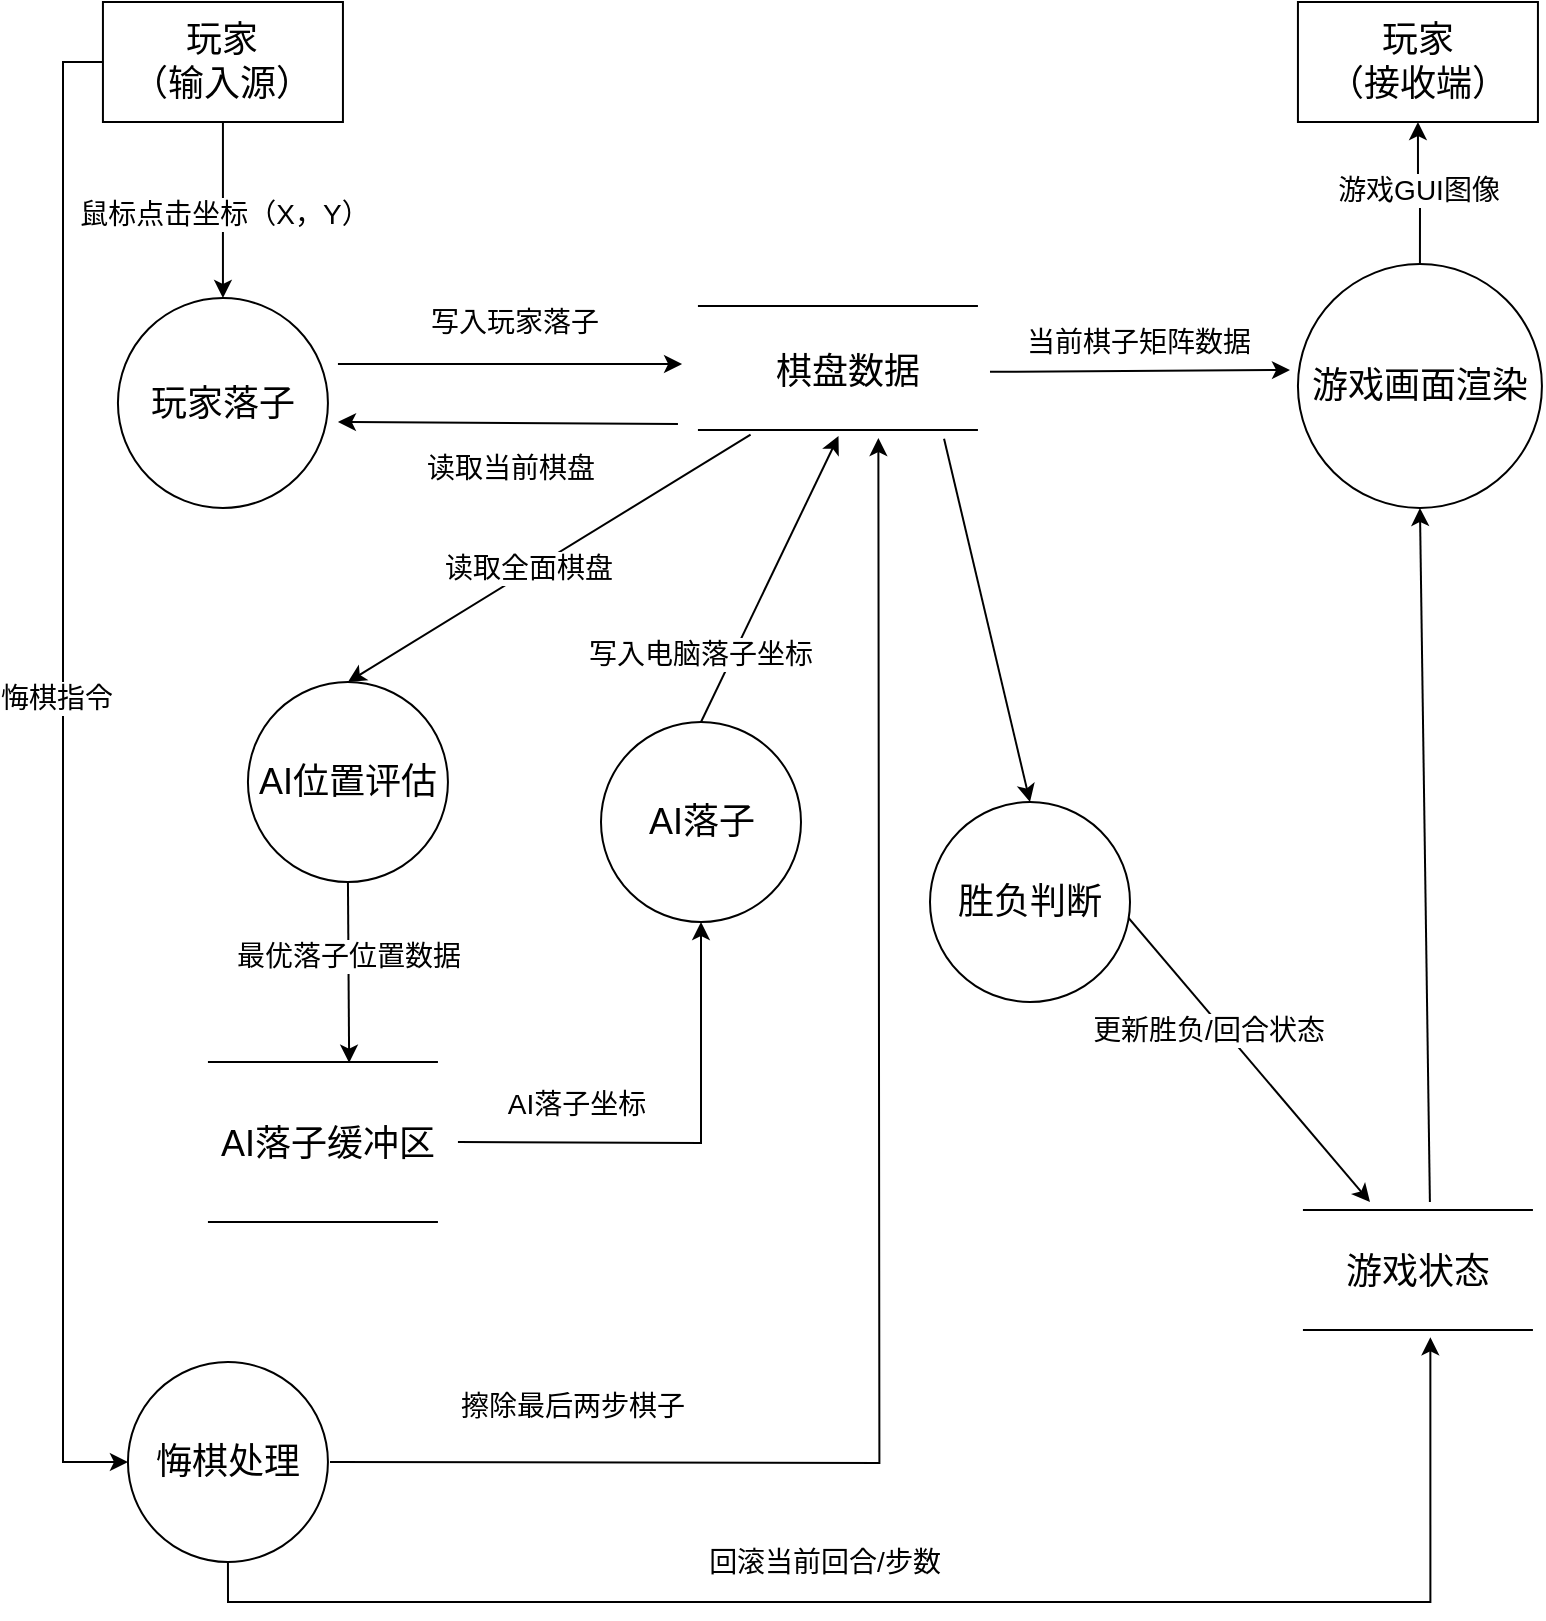
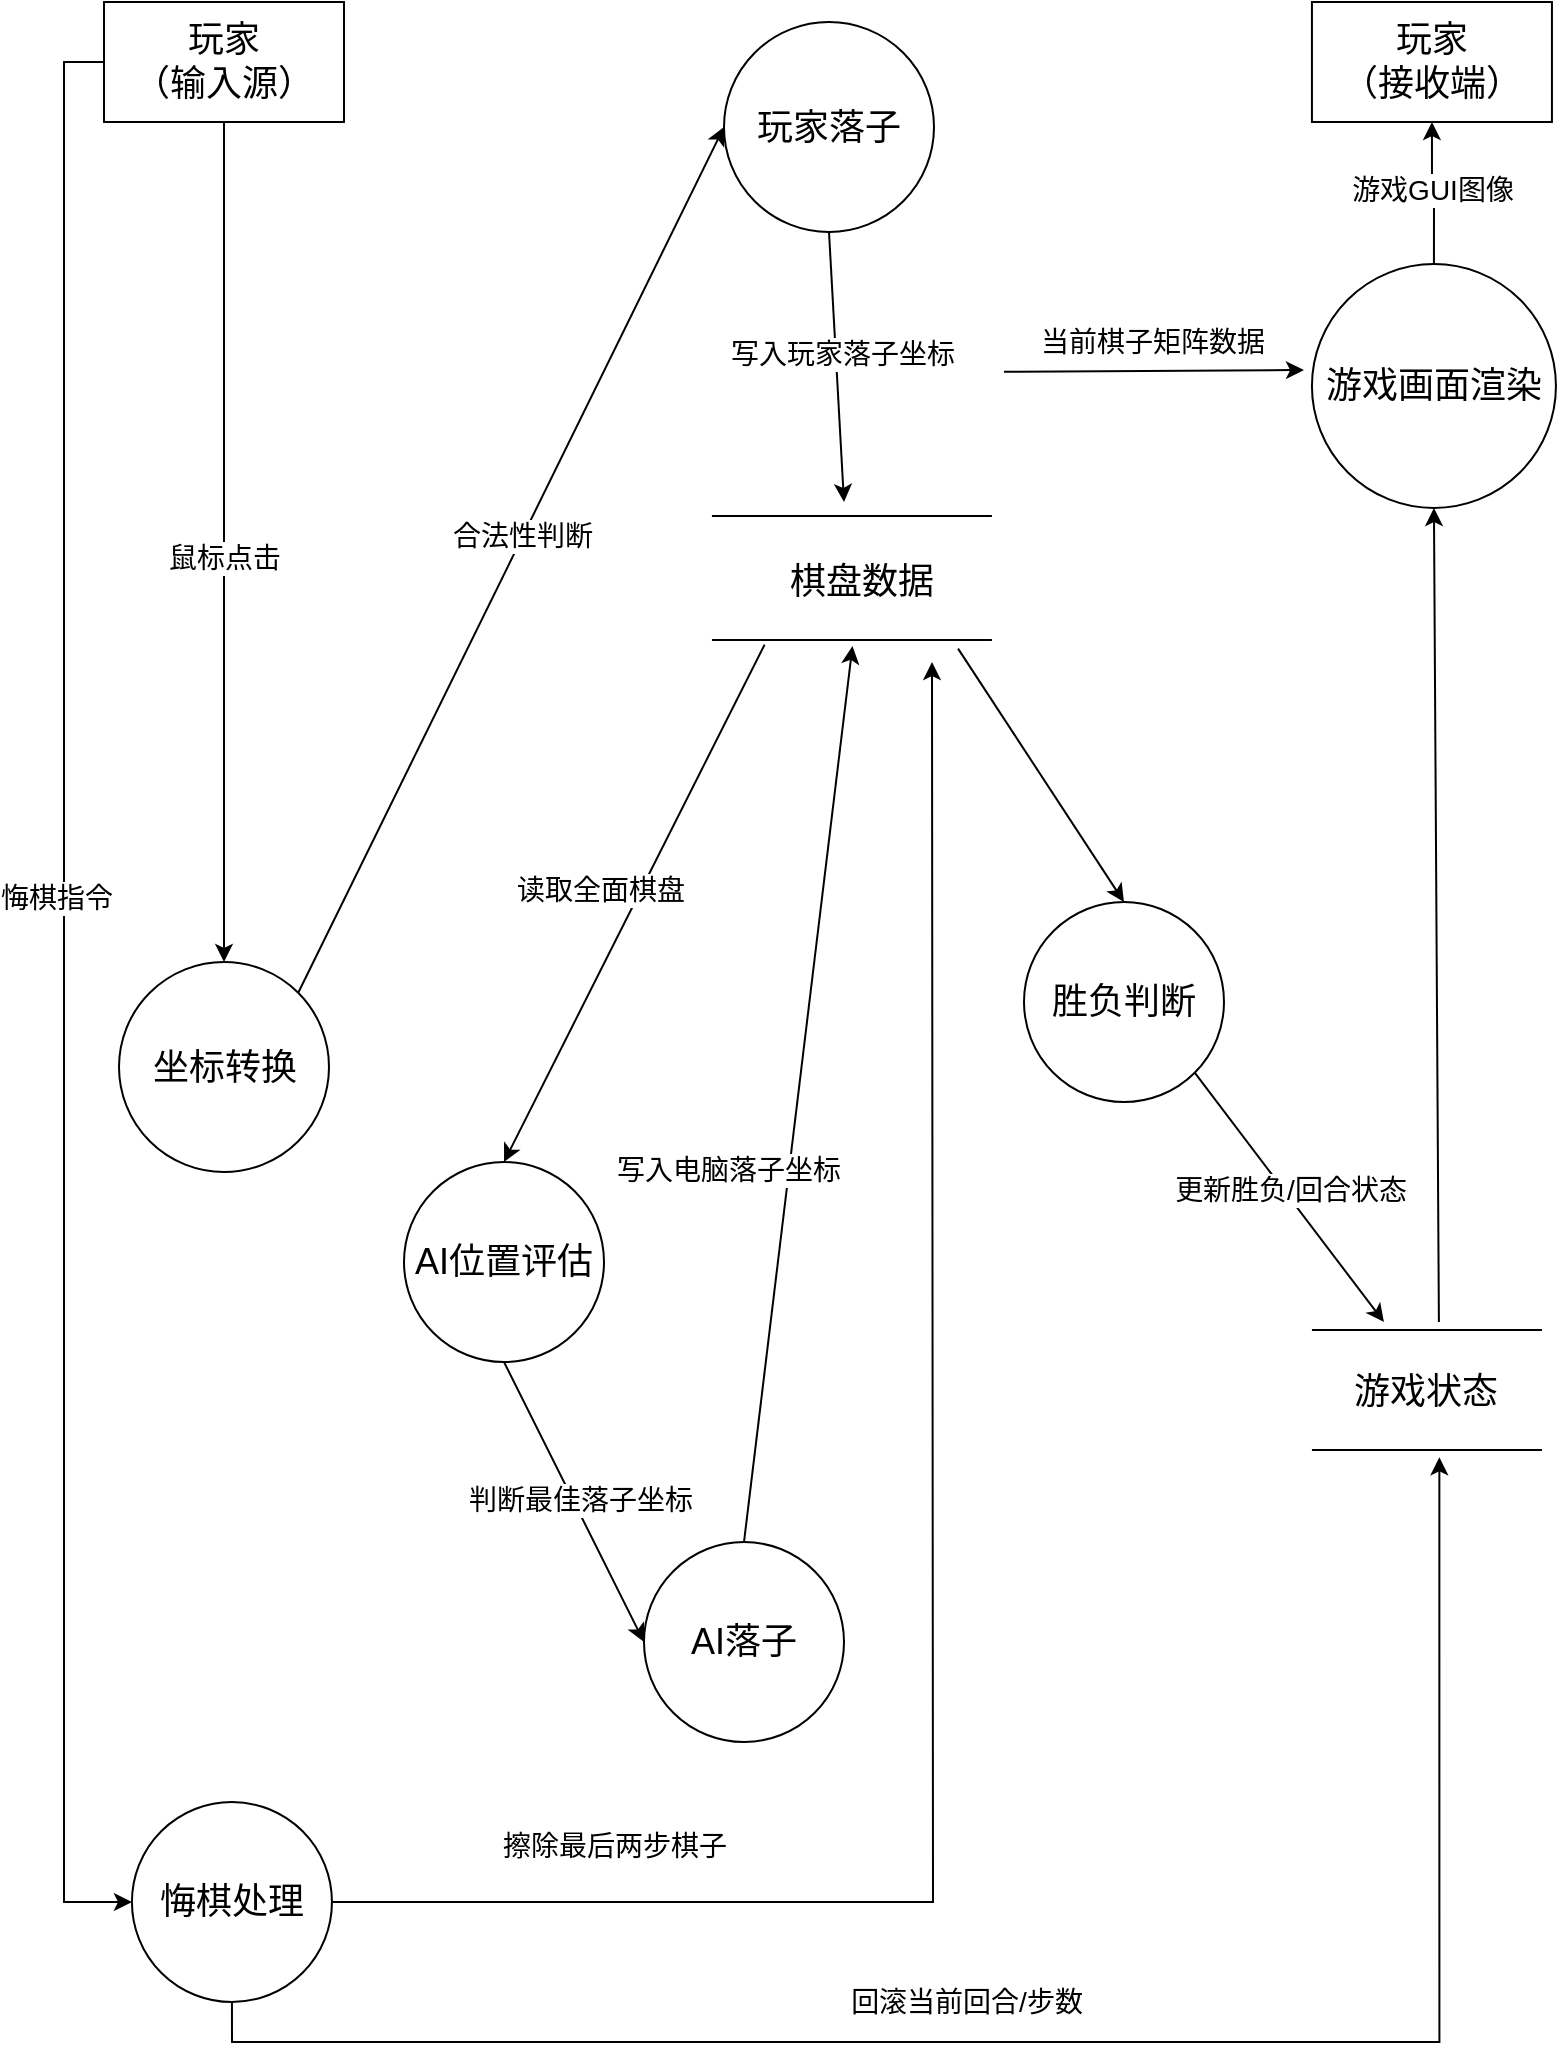
<mxfile host="app.diagrams.net">
  <diagram name="Page-1" id="hryGj0KzSXnJhMcqTr9-">
    <mxGraphModel dx="1413" dy="971" grid="1" gridSize="10" guides="1" tooltips="1" connect="1" arrows="1" fold="1" page="1" pageScale="1" pageWidth="827" pageHeight="1169" math="0" shadow="0">
      <root>
        <mxCell id="0" />
        <mxCell id="1" parent="0" />
-         <mxCell id="fDHwApNMCYBN-XmplwMt-11" edge="1" parent="1" source="fDHwApNMCYBN-XmplwMt-3" style="edgeStyle=orthogonalEdgeStyle;rounded=0;orthogonalLoop=1;jettySize=auto;html=1;exitX=0.5;exitY=1;exitDx=0;exitDy=0;entryX=0.5;entryY=0;entryDx=0;entryDy=0;" target="SoA14i47H3jGXmkj97EN-22">
+         <mxCell id="fDHwApNMCYBN-XmplwMt-11" edge="1" parent="1" source="fDHwApNMCYBN-XmplwMt-3" style="rounded=0;orthogonalLoop=1;jettySize=auto;html=1;exitX=0.5;exitY=1;exitDx=0;exitDy=0;entryX=0.5;entryY=0;entryDx=0;entryDy=0;" target="SoA14i47H3jGXmkj97EN-22">
          <mxGeometry relative="1" as="geometry">
            <mxPoint x="93.97" y="200" as="targetPoint" />
          </mxGeometry>
        </mxCell>
-         <mxCell id="fDHwApNMCYBN-XmplwMt-12" connectable="0" parent="fDHwApNMCYBN-XmplwMt-11" style="edgeLabel;html=1;align=center;verticalAlign=middle;resizable=0;points=[];" value="&lt;font style=&quot;font-size: 14px;&quot;&gt;鼠标点击坐标（X，Y）&lt;/font&gt;" vertex="1">
+         <mxCell id="fDHwApNMCYBN-XmplwMt-12" connectable="0" parent="fDHwApNMCYBN-XmplwMt-11" style="edgeLabel;html=1;align=center;verticalAlign=middle;resizable=0;points=[];" value="&lt;font style=&quot;font-size: 14px;&quot;&gt;鼠标点击&lt;/font&gt;" vertex="1">
          <mxGeometry relative="1" x="0.0364" as="geometry">
            <mxPoint as="offset" />
          </mxGeometry>
        </mxCell>
        <mxCell id="SoA14i47H3jGXmkj97EN-53" edge="1" parent="1" source="fDHwApNMCYBN-XmplwMt-3" style="edgeStyle=orthogonalEdgeStyle;rounded=0;orthogonalLoop=1;jettySize=auto;html=1;exitX=0;exitY=0.5;exitDx=0;exitDy=0;entryX=0;entryY=0.5;entryDx=0;entryDy=0;" target="SoA14i47H3jGXmkj97EN-41">
          <mxGeometry relative="1" as="geometry" />
        </mxCell>
        <mxCell id="SoA14i47H3jGXmkj97EN-54" connectable="0" parent="SoA14i47H3jGXmkj97EN-53" style="edgeLabel;html=1;align=center;verticalAlign=middle;resizable=0;points=[];" value="&lt;font style=&quot;font-size: 14px;&quot;&gt;悔棋指令&lt;/font&gt;" vertex="1">
          <mxGeometry relative="1" x="-0.1018" y="-4" as="geometry">
            <mxPoint as="offset" />
          </mxGeometry>
        </mxCell>
        <mxCell id="fDHwApNMCYBN-XmplwMt-3" parent="1" style="rounded=0;whiteSpace=wrap;html=1;" value="&lt;font style=&quot;font-size: 18px;&quot;&gt;玩家&lt;/font&gt;&lt;div&gt;&lt;font style=&quot;font-size: 18px;&quot;&gt;（输入源）&lt;/font&gt;&lt;/div&gt;" vertex="1">
-           <mxGeometry height="60" width="120" x="66.47" y="30" as="geometry" />
+           <mxGeometry height="60" width="120" x="60" y="30" as="geometry" />
        </mxCell>
        <mxCell id="SoA14i47H3jGXmkj97EN-37" edge="1" parent="1" source="SoA14i47H3jGXmkj97EN-64" style="edgeStyle=orthogonalEdgeStyle;rounded=0;orthogonalLoop=1;jettySize=auto;html=1;exitX=0.5;exitY=0;exitDx=0;exitDy=0;entryX=0.5;entryY=1;entryDx=0;entryDy=0;" target="fDHwApNMCYBN-XmplwMt-10">
          <mxGeometry relative="1" as="geometry">
            <mxPoint x="723.97" y="198" as="sourcePoint" />
          </mxGeometry>
        </mxCell>
        <mxCell id="SoA14i47H3jGXmkj97EN-38" connectable="0" parent="SoA14i47H3jGXmkj97EN-37" style="edgeLabel;html=1;align=center;verticalAlign=middle;resizable=0;points=[];" value="&lt;font style=&quot;font-size: 14px;&quot;&gt;游戏GUI图像&lt;/font&gt;" vertex="1">
          <mxGeometry relative="1" x="0.0741" as="geometry">
            <mxPoint as="offset" />
          </mxGeometry>
        </mxCell>
        <mxCell id="fDHwApNMCYBN-XmplwMt-10" parent="1" style="rounded=0;whiteSpace=wrap;html=1;" value="&lt;span style=&quot;font-size: 18px;&quot;&gt;玩家&lt;/span&gt;&lt;div&gt;&lt;span style=&quot;font-size: 18px;&quot;&gt;（接收端）&lt;/span&gt;&lt;/div&gt;" vertex="1">
          <mxGeometry height="60" width="120" x="663.97" y="30" as="geometry" />
-         </mxCell>
-         <mxCell id="SoA14i47H3jGXmkj97EN-10" edge="1" parent="1" style="endArrow=classic;html=1;rounded=0;entryX=0.013;entryY=0.14;entryDx=0;entryDy=0;entryPerimeter=0;" value="">
-           <mxGeometry height="50" relative="1" width="50" as="geometry">
-             <mxPoint x="183.97" y="211" as="sourcePoint" />
-             <mxPoint x="356.037" y="211" as="targetPoint" />
-           </mxGeometry>
-         </mxCell>
-         <mxCell id="SoA14i47H3jGXmkj97EN-11" connectable="0" parent="SoA14i47H3jGXmkj97EN-10" style="edgeLabel;html=1;align=center;verticalAlign=middle;resizable=0;points=[];" value="&lt;font style=&quot;font-size: 14px;&quot;&gt;写入玩家落子&lt;/font&gt;" vertex="1">
-           <mxGeometry relative="1" x="0.0202" y="1" as="geometry">
-             <mxPoint y="-20" as="offset" />
-           </mxGeometry>
-         </mxCell>
-         <mxCell id="SoA14i47H3jGXmkj97EN-12" edge="1" parent="1" style="endArrow=classic;html=1;rounded=0;exitX=0.925;exitY=0;exitDx=0;exitDy=0;exitPerimeter=0;" value="">
-           <mxGeometry height="50" relative="1" width="50" as="geometry">
-             <mxPoint x="353.96999999999997" y="241" as="sourcePoint" />
-             <mxPoint x="183.97" y="240" as="targetPoint" />
-           </mxGeometry>
-         </mxCell>
-         <mxCell id="SoA14i47H3jGXmkj97EN-13" connectable="0" parent="SoA14i47H3jGXmkj97EN-12" style="edgeLabel;html=1;align=center;verticalAlign=middle;resizable=0;points=[];" value="&lt;font style=&quot;font-size: 14px;&quot;&gt;读取当前棋盘&lt;/font&gt;&lt;div&gt;&lt;font style=&quot;font-size: 14px;&quot;&gt;&lt;br&gt;&lt;/font&gt;&lt;/div&gt;" vertex="1">
-           <mxGeometry relative="1" x="0.0202" y="1" as="geometry">
-             <mxPoint x="2" y="29" as="offset" />
-           </mxGeometry>
        </mxCell>
        <mxCell id="SoA14i47H3jGXmkj97EN-14" edge="1" parent="1" source="SoA14i47H3jGXmkj97EN-28" style="endArrow=classic;html=1;rounded=0;exitX=0.188;exitY=0.792;exitDx=0;exitDy=0;exitPerimeter=0;entryX=0.5;entryY=0;entryDx=0;entryDy=0;" target="SoA14i47H3jGXmkj97EN-23" value="">
          <mxGeometry height="50" relative="1" width="50" as="geometry">
            <mxPoint x="368.3400000000001" y="258.00399999999996" as="sourcePoint" />
            <mxPoint x="178.5" y="370" as="targetPoint" />
          </mxGeometry>
        </mxCell>
        <mxCell id="SoA14i47H3jGXmkj97EN-15" connectable="0" parent="SoA14i47H3jGXmkj97EN-14" style="edgeLabel;html=1;align=center;verticalAlign=middle;resizable=0;points=[];" value="&lt;font style=&quot;font-size: 14px;&quot;&gt;读取全面棋盘&lt;/font&gt;" vertex="1">
          <mxGeometry relative="1" x="-0.1782" as="geometry">
            <mxPoint x="-29" y="16" as="offset" />
          </mxGeometry>
        </mxCell>
        <mxCell id="SoA14i47H3jGXmkj97EN-16" edge="1" parent="1" style="endArrow=classic;html=1;rounded=0;" value="">
          <mxGeometry height="50" relative="1" width="50" as="geometry">
            <mxPoint x="510" y="214.91" as="sourcePoint" />
            <mxPoint x="660" y="214" as="targetPoint" />
          </mxGeometry>
        </mxCell>
        <mxCell id="SoA14i47H3jGXmkj97EN-17" connectable="0" parent="SoA14i47H3jGXmkj97EN-16" style="edgeLabel;html=1;align=center;verticalAlign=middle;resizable=0;points=[];" value="&lt;span style=&quot;font-size: 14px;&quot;&gt;当前棋子矩阵数据&lt;/span&gt;" vertex="1">
          <mxGeometry relative="1" x="0.0202" y="1" as="geometry">
            <mxPoint x="-3" y="-14" as="offset" />
          </mxGeometry>
        </mxCell>
-         <mxCell id="SoA14i47H3jGXmkj97EN-22" parent="1" style="ellipse;whiteSpace=wrap;html=1;aspect=fixed;" value="&lt;font style=&quot;font-size: 18px;&quot;&gt;玩家落子&lt;/font&gt;" vertex="1">
-           <mxGeometry height="105" width="105" x="73.97" y="178" as="geometry" />
+         <mxCell id="SoA14i47H3jGXmkj97EN-75" edge="1" parent="1" source="SoA14i47H3jGXmkj97EN-22" style="rounded=0;orthogonalLoop=1;jettySize=auto;html=1;exitX=1;exitY=0;exitDx=0;exitDy=0;entryX=0;entryY=0.5;entryDx=0;entryDy=0;" target="SoA14i47H3jGXmkj97EN-74">
+           <mxGeometry relative="1" as="geometry" />
+         </mxCell>
+         <mxCell id="SoA14i47H3jGXmkj97EN-76" connectable="0" parent="SoA14i47H3jGXmkj97EN-75" style="edgeLabel;html=1;align=center;verticalAlign=middle;resizable=0;points=[];" value="&lt;font style=&quot;font-size: 14px;&quot;&gt;合法性判断&lt;/font&gt;" vertex="1">
+           <mxGeometry relative="1" x="0.0527" y="1" as="geometry">
+             <mxPoint as="offset" />
+           </mxGeometry>
+         </mxCell>
+         <mxCell id="SoA14i47H3jGXmkj97EN-22" parent="1" style="ellipse;whiteSpace=wrap;html=1;aspect=fixed;" value="&lt;font style=&quot;font-size: 18px;&quot;&gt;坐标转换&lt;/font&gt;" vertex="1">
+           <mxGeometry height="105" width="105" x="67.5" y="510" as="geometry" />
        </mxCell>
        <mxCell id="SoA14i47H3jGXmkj97EN-23" parent="1" style="ellipse;whiteSpace=wrap;html=1;aspect=fixed;" value="&lt;font style=&quot;font-size: 18px;&quot;&gt;AI位置评估&lt;/font&gt;" vertex="1">
-           <mxGeometry height="100" width="100" x="138.97" y="370" as="geometry" />
+           <mxGeometry height="100" width="100" x="210" y="610" as="geometry" />
        </mxCell>
        <mxCell id="SoA14i47H3jGXmkj97EN-24" parent="1" style="ellipse;whiteSpace=wrap;html=1;aspect=fixed;" value="&lt;font style=&quot;font-size: 18px;&quot;&gt;AI落子&lt;/font&gt;" vertex="1">
-           <mxGeometry height="100" width="100" x="315.5" y="390" as="geometry" />
+           <mxGeometry height="100" width="100" x="330" y="800" as="geometry" />
        </mxCell>
-         <mxCell id="SoA14i47H3jGXmkj97EN-60" edge="1" parent="1" source="SoA14i47H3jGXmkj97EN-25" style="rounded=0;orthogonalLoop=1;jettySize=auto;html=1;exitX=0.5;exitY=0;exitDx=0;exitDy=0;">
+         <mxCell id="SoA14i47H3jGXmkj97EN-60" edge="1" parent="1" source="SoA14i47H3jGXmkj97EN-25" style="rounded=0;orthogonalLoop=1;jettySize=auto;html=1;exitX=1;exitY=1;exitDx=0;exitDy=0;entryX=0.313;entryY=0;entryDx=0;entryDy=0;entryPerimeter=0;" target="SoA14i47H3jGXmkj97EN-49">
          <mxGeometry relative="1" as="geometry">
            <mxPoint x="700" y="630" as="targetPoint" />
          </mxGeometry>
        </mxCell>
        <mxCell id="SoA14i47H3jGXmkj97EN-61" connectable="0" parent="SoA14i47H3jGXmkj97EN-60" style="edgeLabel;html=1;align=center;verticalAlign=middle;resizable=0;points=[];" value="&lt;font style=&quot;font-size: 14px;&quot;&gt;更新胜负/回合状态&lt;/font&gt;" vertex="1">
          <mxGeometry relative="1" x="-0.1486" y="-2" as="geometry">
-             <mxPoint x="18" y="27" as="offset" />
+             <mxPoint x="9" y="4" as="offset" />
          </mxGeometry>
        </mxCell>
        <mxCell id="SoA14i47H3jGXmkj97EN-25" parent="1" style="ellipse;whiteSpace=wrap;html=1;aspect=fixed;" value="&lt;font style=&quot;font-size: 18px;&quot;&gt;胜负判断&lt;/font&gt;" vertex="1">
-           <mxGeometry height="100" width="100" x="479.99999999999994" y="430" as="geometry" />
+           <mxGeometry height="100" width="100" x="520" y="480" as="geometry" />
        </mxCell>
        <mxCell id="SoA14i47H3jGXmkj97EN-27" parent="1" style="line;strokeWidth=1;fillColor=none;align=left;verticalAlign=middle;spacingTop=-1;spacingLeft=3;spacingRight=3;rotatable=0;labelPosition=right;points=[];portConstraint=eastwest;strokeColor=inherit;" value="" vertex="1">
-           <mxGeometry height="8" width="140" x="363.96999999999997" y="178" as="geometry" />
+           <mxGeometry height="8" width="140" x="363.96999999999997" y="283" as="geometry" />
        </mxCell>
        <mxCell id="SoA14i47H3jGXmkj97EN-28" parent="1" style="line;strokeWidth=1;fillColor=none;align=left;verticalAlign=middle;spacingTop=-1;spacingLeft=3;spacingRight=3;rotatable=0;labelPosition=right;points=[];portConstraint=eastwest;strokeColor=inherit;" value="" vertex="1">
-           <mxGeometry height="8" width="140" x="363.96999999999997" y="240" as="geometry" />
+           <mxGeometry height="8" width="140" x="363.96999999999997" y="345" as="geometry" />
        </mxCell>
        <mxCell id="SoA14i47H3jGXmkj97EN-29" parent="1" style="text;html=1;whiteSpace=wrap;strokeColor=none;fillColor=none;align=center;verticalAlign=middle;rounded=0;" value="&lt;font style=&quot;font-size: 18px;&quot;&gt;棋盘数据&lt;/font&gt;" vertex="1">
-           <mxGeometry height="30" width="110" x="383.96999999999997" y="200" as="geometry" />
+           <mxGeometry height="30" width="110" x="383.96999999999997" y="305" as="geometry" />
        </mxCell>
-         <mxCell id="SoA14i47H3jGXmkj97EN-33" edge="1" parent="1" style="rounded=0;orthogonalLoop=1;jettySize=auto;html=1;entryX=0.5;entryY=1;entryDx=0;entryDy=0;edgeStyle=orthogonalEdgeStyle;" target="SoA14i47H3jGXmkj97EN-24">
-           <mxGeometry relative="1" as="geometry">
-             <mxPoint x="243.97" y="600" as="sourcePoint" />
+         <mxCell id="SoA14i47H3jGXmkj97EN-31" edge="1" parent="1" source="SoA14i47H3jGXmkj97EN-23" style="endArrow=classic;html=1;rounded=0;entryX=0;entryY=0.5;entryDx=0;entryDy=0;exitX=0.5;exitY=1;exitDx=0;exitDy=0;" target="SoA14i47H3jGXmkj97EN-24" value="">
+           <mxGeometry height="50" relative="1" width="50" as="geometry">
+             <mxPoint x="451.90299999999996" y="310" as="sourcePoint" />
+             <mxPoint x="189.57999999999993" y="560.336" as="targetPoint" />
          </mxGeometry>
        </mxCell>
-         <mxCell id="SoA14i47H3jGXmkj97EN-34" connectable="0" parent="SoA14i47H3jGXmkj97EN-33" style="edgeLabel;html=1;align=center;verticalAlign=middle;resizable=0;points=[];" value="&lt;font style=&quot;font-size: 14px;&quot;&gt;AI落子坐标&lt;/font&gt;" vertex="1">
-           <mxGeometry relative="1" x="0.0204" y="5" as="geometry">
-             <mxPoint x="-60" y="-15" as="offset" />
-           </mxGeometry>
-         </mxCell>
-         <mxCell id="SoA14i47H3jGXmkj97EN-31" edge="1" parent="1" source="SoA14i47H3jGXmkj97EN-23" style="endArrow=classic;html=1;rounded=0;entryX=0.614;entryY=0.542;entryDx=0;entryDy=0;exitX=0.5;exitY=1;exitDx=0;exitDy=0;entryPerimeter=0;" target="SoA14i47H3jGXmkj97EN-42" value="">
-           <mxGeometry height="50" relative="1" width="50" as="geometry">
-             <mxPoint x="451.90299999999996" y="310" as="sourcePoint" />
-             <mxPoint x="88.97" y="550" as="targetPoint" />
-           </mxGeometry>
-         </mxCell>
-         <mxCell id="SoA14i47H3jGXmkj97EN-32" connectable="0" parent="SoA14i47H3jGXmkj97EN-31" style="edgeLabel;html=1;align=center;verticalAlign=middle;resizable=0;points=[];" value="&lt;span style=&quot;font-size: 14px;&quot;&gt;最优落子位置数据&lt;/span&gt;" vertex="1">
-           <mxGeometry relative="1" x="-0.1782" as="geometry">
-             <mxPoint as="offset" />
+         <mxCell id="SoA14i47H3jGXmkj97EN-71" connectable="0" parent="SoA14i47H3jGXmkj97EN-31" style="edgeLabel;html=1;align=center;verticalAlign=middle;resizable=0;points=[];" value="&lt;font style=&quot;font-size: 14px;&quot;&gt;判断最佳落子坐标&lt;/font&gt;" vertex="1">
+           <mxGeometry relative="1" x="0.0182" y="2" as="geometry">
+             <mxPoint y="-1" as="offset" />
          </mxGeometry>
        </mxCell>
        <mxCell id="SoA14i47H3jGXmkj97EN-35" edge="1" parent="1" source="SoA14i47H3jGXmkj97EN-24" style="rounded=0;orthogonalLoop=1;jettySize=auto;html=1;exitX=0.5;exitY=0;exitDx=0;exitDy=0;entryX=0.502;entryY=0.875;entryDx=0;entryDy=0;entryPerimeter=0;" target="SoA14i47H3jGXmkj97EN-28">
          <mxGeometry relative="1" as="geometry" />
        </mxCell>
        <mxCell id="SoA14i47H3jGXmkj97EN-36" connectable="0" parent="SoA14i47H3jGXmkj97EN-35" style="edgeLabel;html=1;align=center;verticalAlign=middle;resizable=0;points=[];" value="&lt;span style=&quot;font-size: 14px;&quot;&gt;写入电脑落子坐标&lt;/span&gt;" vertex="1">
          <mxGeometry relative="1" x="-0.0044" y="1" as="geometry">
            <mxPoint x="-34" y="37" as="offset" />
          </mxGeometry>
        </mxCell>
-         <mxCell id="SoA14i47H3jGXmkj97EN-55" edge="1" parent="1" style="edgeStyle=orthogonalEdgeStyle;rounded=0;orthogonalLoop=1;jettySize=auto;html=1;entryX=0.698;entryY=0.875;entryDx=0;entryDy=0;entryPerimeter=0;">
+         <mxCell id="SoA14i47H3jGXmkj97EN-55" edge="1" parent="1" source="SoA14i47H3jGXmkj97EN-41" style="edgeStyle=orthogonalEdgeStyle;rounded=0;orthogonalLoop=1;jettySize=auto;html=1;exitX=1;exitY=0.5;exitDx=0;exitDy=0;">
          <mxGeometry relative="1" as="geometry">
-             <mxPoint x="180" y="760" as="sourcePoint" />
-             <mxPoint x="454.19000000000005" y="248" as="targetPoint" />
+             <mxPoint x="200" y="790" as="sourcePoint" />
+             <mxPoint x="474" y="360" as="targetPoint" />
          </mxGeometry>
        </mxCell>
        <mxCell id="SoA14i47H3jGXmkj97EN-57" connectable="0" parent="SoA14i47H3jGXmkj97EN-55" style="edgeLabel;html=1;align=center;verticalAlign=middle;resizable=0;points=[];" value="&lt;font style=&quot;font-size: 14px;&quot;&gt;擦除最后两步棋子&lt;/font&gt;" vertex="1">
          <mxGeometry relative="1" x="-0.6914" y="3" as="geometry">
            <mxPoint x="-1" y="-25" as="offset" />
          </mxGeometry>
        </mxCell>
        <mxCell id="SoA14i47H3jGXmkj97EN-41" parent="1" style="ellipse;whiteSpace=wrap;html=1;aspect=fixed;" value="&lt;font style=&quot;font-size: 18px;&quot;&gt;悔棋处理&lt;/font&gt;" vertex="1">
-           <mxGeometry height="100" width="100" x="78.97" y="710" as="geometry" />
-         </mxCell>
-         <mxCell id="SoA14i47H3jGXmkj97EN-42" parent="1" style="line;strokeWidth=1;fillColor=none;align=left;verticalAlign=middle;spacingTop=-1;spacingLeft=3;spacingRight=3;rotatable=0;labelPosition=right;points=[];portConstraint=eastwest;strokeColor=inherit;" value="" vertex="1">
-           <mxGeometry height="8" width="115" x="118.97" y="556" as="geometry" />
-         </mxCell>
-         <mxCell id="SoA14i47H3jGXmkj97EN-43" parent="1" style="line;strokeWidth=1;fillColor=none;align=left;verticalAlign=middle;spacingTop=-1;spacingLeft=3;spacingRight=3;rotatable=0;labelPosition=right;points=[];portConstraint=eastwest;strokeColor=inherit;" value="" vertex="1">
-           <mxGeometry height="8" width="115" x="118.97" y="636" as="geometry" />
-         </mxCell>
-         <mxCell id="SoA14i47H3jGXmkj97EN-44" parent="1" style="text;html=1;whiteSpace=wrap;strokeColor=none;fillColor=none;align=center;verticalAlign=middle;rounded=0;" value="&lt;span style=&quot;font-size: 18px;&quot;&gt;AI落子缓冲区&lt;/span&gt;" vertex="1">
-           <mxGeometry height="30" width="110" x="123.97" y="586" as="geometry" />
+           <mxGeometry height="100" width="100" x="73.97" y="930" as="geometry" />
        </mxCell>
        <mxCell id="SoA14i47H3jGXmkj97EN-49" parent="1" style="line;strokeWidth=1;fillColor=none;align=left;verticalAlign=middle;spacingTop=-1;spacingLeft=3;spacingRight=3;rotatable=0;labelPosition=right;points=[];portConstraint=eastwest;strokeColor=inherit;" value="" vertex="1">
-           <mxGeometry height="8" width="115" x="666.47" y="630" as="geometry" />
+           <mxGeometry height="8" width="115" x="663.97" y="690" as="geometry" />
        </mxCell>
        <mxCell id="SoA14i47H3jGXmkj97EN-50" parent="1" style="line;strokeWidth=1;fillColor=none;align=left;verticalAlign=middle;spacingTop=-1;spacingLeft=3;spacingRight=3;rotatable=0;labelPosition=right;points=[];portConstraint=eastwest;strokeColor=inherit;" value="" vertex="1">
-           <mxGeometry height="8" width="115" x="666.47" y="690" as="geometry" />
+           <mxGeometry height="8" width="115" x="663.97" y="750" as="geometry" />
        </mxCell>
        <mxCell id="SoA14i47H3jGXmkj97EN-51" parent="1" style="text;html=1;whiteSpace=wrap;strokeColor=none;fillColor=none;align=center;verticalAlign=middle;rounded=0;" value="&lt;span style=&quot;font-size: 18px;&quot;&gt;游戏状态&lt;/span&gt;" vertex="1">
-           <mxGeometry height="30" width="110" x="668.97" y="650" as="geometry" />
+           <mxGeometry height="30" width="110" x="666.47" y="710" as="geometry" />
        </mxCell>
        <mxCell id="SoA14i47H3jGXmkj97EN-65" edge="1" parent="1" source="SoA14i47H3jGXmkj97EN-28" style="endArrow=classic;html=1;rounded=0;exitX=0.879;exitY=1.042;exitDx=0;exitDy=0;exitPerimeter=0;entryX=0.5;entryY=0;entryDx=0;entryDy=0;" target="SoA14i47H3jGXmkj97EN-25" value="">
          <mxGeometry height="50" relative="1" width="50" as="geometry">
            <mxPoint x="610" y="490" as="sourcePoint" />
            <mxPoint x="560" y="540" as="targetPoint" />
          </mxGeometry>
        </mxCell>
        <mxCell id="SoA14i47H3jGXmkj97EN-66" edge="1" parent="1" source="SoA14i47H3jGXmkj97EN-41" style="edgeStyle=orthogonalEdgeStyle;rounded=0;orthogonalLoop=1;jettySize=auto;html=1;exitX=0.5;exitY=1;exitDx=0;exitDy=0;entryX=0.554;entryY=0.958;entryDx=0;entryDy=0;entryPerimeter=0;" target="SoA14i47H3jGXmkj97EN-50">
          <mxGeometry relative="1" as="geometry" />
        </mxCell>
        <mxCell id="SoA14i47H3jGXmkj97EN-68" connectable="0" parent="SoA14i47H3jGXmkj97EN-66" style="edgeLabel;html=1;align=center;verticalAlign=middle;resizable=0;points=[];" value="&lt;font style=&quot;font-size: 14px;&quot;&gt;回滚当前回合/步数&lt;/font&gt;" vertex="1">
          <mxGeometry relative="1" x="-0.156" y="-3" as="geometry">
            <mxPoint y="-23" as="offset" />
          </mxGeometry>
        </mxCell>
        <mxCell id="SoA14i47H3jGXmkj97EN-67" edge="1" parent="1" source="SoA14i47H3jGXmkj97EN-49" style="endArrow=classic;html=1;rounded=0;exitX=0.552;exitY=0;exitDx=0;exitDy=0;exitPerimeter=0;entryX=0.5;entryY=1;entryDx=0;entryDy=0;" target="SoA14i47H3jGXmkj97EN-64" value="">
          <mxGeometry height="50" relative="1" width="50" as="geometry">
            <mxPoint x="662.97" y="450" as="sourcePoint" />
            <mxPoint x="712.97" y="400" as="targetPoint" />
          </mxGeometry>
        </mxCell>
        <mxCell id="SoA14i47H3jGXmkj97EN-64" parent="1" style="ellipse;whiteSpace=wrap;html=1;aspect=fixed;" value="&lt;font style=&quot;font-size: 18px;&quot;&gt;游戏画面渲染&lt;/font&gt;" vertex="1">
          <mxGeometry height="122" width="122" x="663.97" y="161" as="geometry" />
        </mxCell>
+         <mxCell id="SoA14i47H3jGXmkj97EN-74" parent="1" style="ellipse;whiteSpace=wrap;html=1;aspect=fixed;" value="&lt;font style=&quot;font-size: 18px;&quot;&gt;玩家落子&lt;/font&gt;" vertex="1">
+           <mxGeometry height="105" width="105" x="370" y="40" as="geometry" />
+         </mxCell>
+         <mxCell id="SoA14i47H3jGXmkj97EN-78" edge="1" parent="1" source="SoA14i47H3jGXmkj97EN-74" style="rounded=0;orthogonalLoop=1;jettySize=auto;html=1;exitX=0.5;exitY=1;exitDx=0;exitDy=0;">
+           <mxGeometry relative="1" as="geometry">
+             <mxPoint x="430" y="280" as="targetPoint" />
+           </mxGeometry>
+         </mxCell>
+         <mxCell id="SoA14i47H3jGXmkj97EN-80" connectable="0" parent="SoA14i47H3jGXmkj97EN-78" style="edgeLabel;html=1;align=center;verticalAlign=middle;resizable=0;points=[];" value="&lt;font style=&quot;font-size: 14px;&quot;&gt;写入玩家落子坐标&lt;/font&gt;" vertex="1">
+           <mxGeometry relative="1" x="-0.0903" y="3" as="geometry">
+             <mxPoint as="offset" />
+           </mxGeometry>
+         </mxCell>
      </root>
    </mxGraphModel>
  </diagram>
</mxfile>
